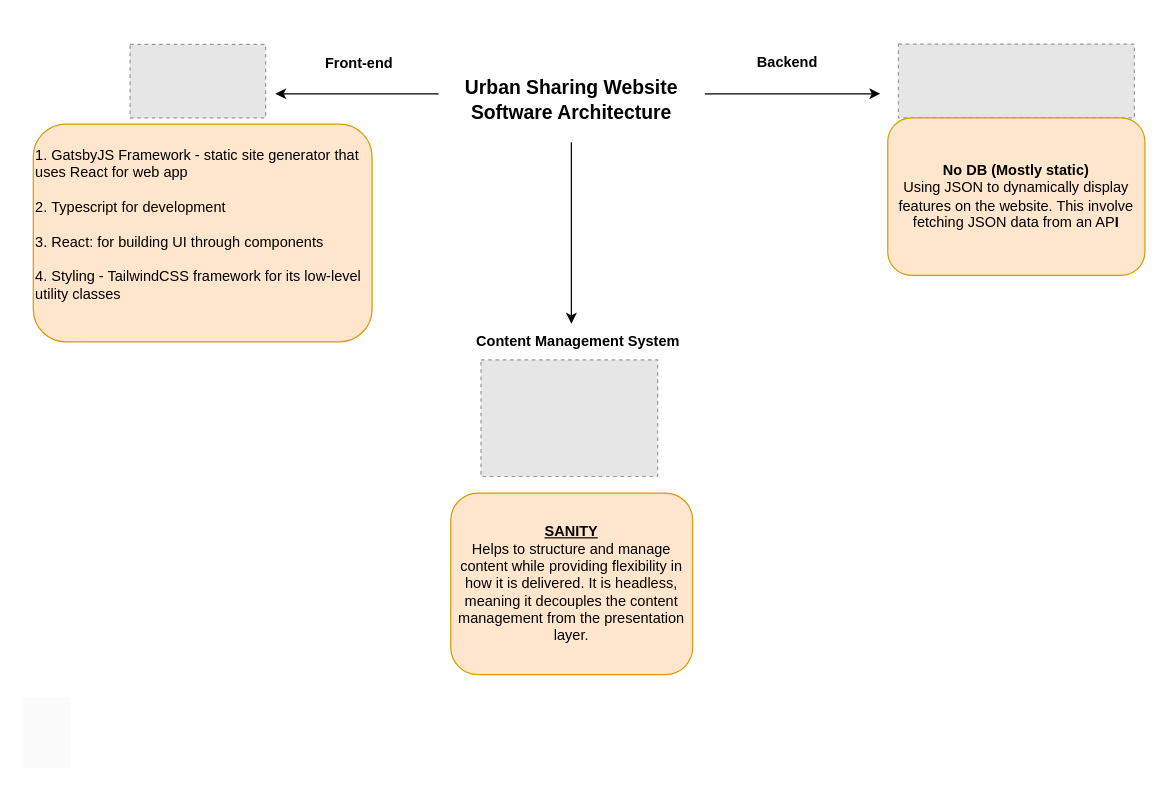
The draw.io diagram page "Urban Sharing" (2 of 2) of Untitled Diagram.drawio in glennquah/ConnectCard, before the edit. Source tidied: cells renumbered, new cells numbered last; positions are measured from the earlier drawing's top-left corner, leaving out a move shared by most shapes. Both pictures are drawn from the tidied source at 121%, with x=0, y=0 at pixel (21, 44). Pictures stored in the file or linked from it are replaced by grey dashed boxes.
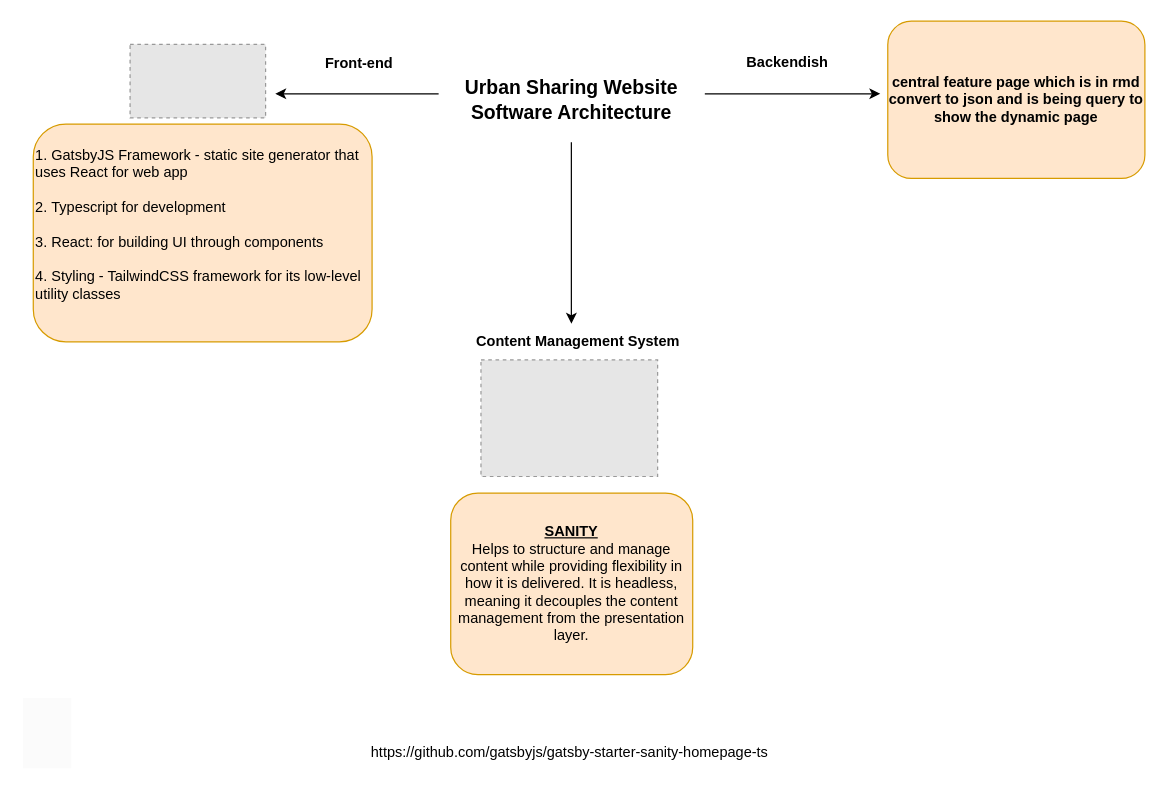
The same page after the edit.

The edit, as a diff of the source:
```diff
@@
-    <mxCell id="9" value="Backend" style="text;html=1;align=center;verticalAlign=middle;strokeColor=none;fillColor=none;fontStyle=1;" parent="1" vertex="1">
-      <mxGeometry x="598.1" y="0.1" width="70" height="30" as="geometry" />
+    <mxCell id="9" value="Backendish" style="text;html=1;align=center;verticalAlign=middle;strokeColor=none;fillColor=none;fontStyle=1;" parent="1" vertex="1">
+      <mxGeometry x="588.1" y="0.1" width="90" height="30" as="geometry" />
     </mxCell>
-    <mxCell id="10" style="fillColor=#E6E6E6;strokeColor=#999999;dashed=1;verticalLabelPosition=bottom;labelBackgroundColor=default;verticalAlign=top;" parent="1" vertex="1">
-      <mxGeometry x="725" y="-0.1" width="195" height="61.1" as="geometry" />
-    </mxCell>
-    <mxCell id="11" value="&lt;b&gt;No DB (Mostly static)&lt;/b&gt;&lt;br&gt;Using JSON to dynamically display features on the website. This involve fetching JSON data from an AP&lt;b style=&quot;&quot;&gt;I&lt;/b&gt;" style="rounded=1;whiteSpace=wrap;html=1;fillColor=#ffe6cc;strokeColor=#d79b00;" parent="1" vertex="1">
-      <mxGeometry x="716.2" y="61" width="212.5" height="130" as="geometry" />
+    <mxCell id="11" value="&lt;b&gt;central feature page which is in rmd convert to json and is being query to show the dynamic page&lt;/b&gt;" style="rounded=1;whiteSpace=wrap;html=1;fillColor=#ffe6cc;strokeColor=#d79b00;" parent="1" vertex="1">
+      <mxGeometry x="716.2" y="-19" width="212.5" height="130" as="geometry" />
     </mxCell>
@@
+    <mxCell id="17" value="https://github.com/gatsbyjs/gatsby-starter-sanity-homepage-ts" style="text;html=1;align=center;verticalAlign=middle;strokeColor=none;fillColor=none;" parent="1" vertex="1">
+      <mxGeometry x="278" y="571" width="350" height="30" as="geometry" />
+    </mxCell>
```
